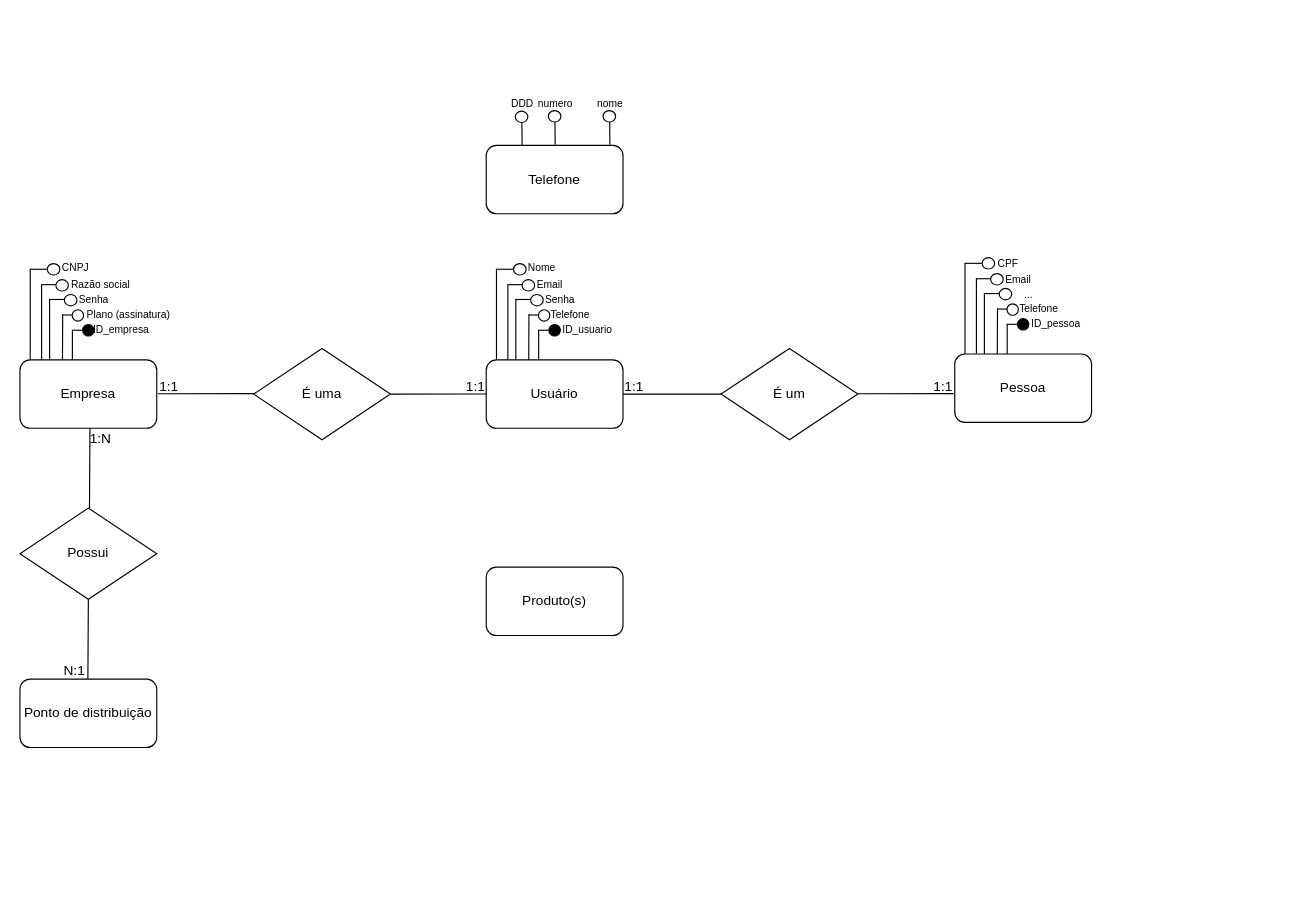
Earlier version of the draw.io diagram Diagrama sem nome.drawio (Scoorpioon/TheGamersDream). Source tidied: cells renumbered, new cells numbered last; positions are measured from the earlier drawing's top-left corner, leaving out a move shared by most shapes. Both pictures are drawn from the tidied source at 114%, with x=0, y=0 at pixel (19, 89).
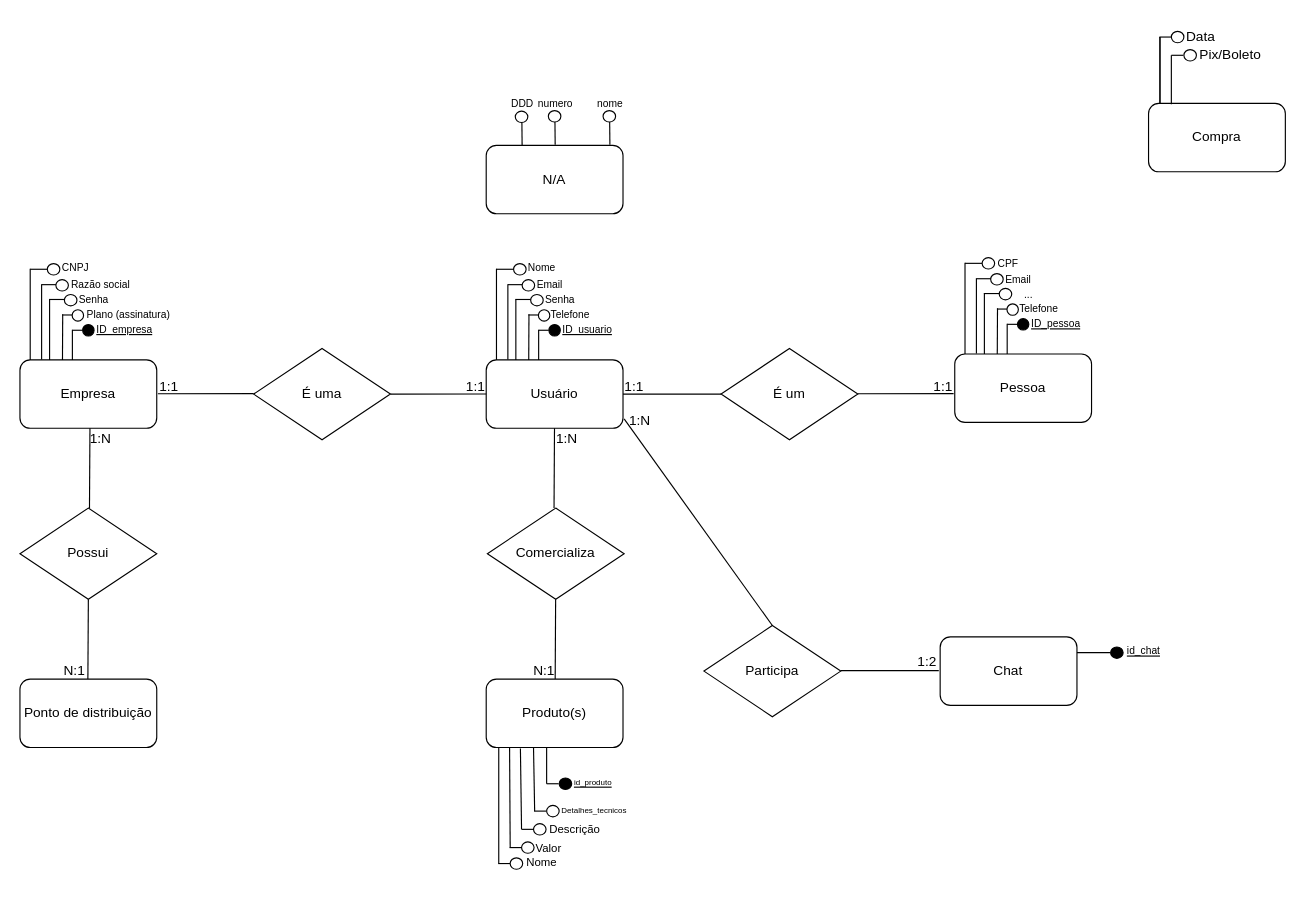
The same diagram, later.

Commit message:
Modelo DER conceitual ver 2

Change to the diagram source:
```diff
@@
-    <mxCell id="25" value="ID_usuario" style="text;html=1;align=center;verticalAlign=middle;whiteSpace=wrap;rounded=0;fontSize=9;" parent="1" vertex="1">
+    <mxCell id="25" value="ID_usuario" style="text;html=1;align=center;verticalAlign=middle;whiteSpace=wrap;rounded=0;fontSize=9;fontStyle=4;" parent="1" vertex="1">
       <mxGeometry x="485" y="203.2" width="26.1" height="15.3" as="geometry" />
     </mxCell>
@@
-    <mxCell id="54" value="ID_empresa" style="text;html=1;align=center;verticalAlign=middle;whiteSpace=wrap;rounded=0;fontSize=9;" parent="1" vertex="1">
-      <mxGeometry x="76" y="203.2" width="26.1" height="15.3" as="geometry" />
+    <mxCell id="54" value="ID_empresa" style="text;html=1;align=center;verticalAlign=middle;whiteSpace=wrap;rounded=0;fontSize=9;fontStyle=4;" parent="1" vertex="1">
+      <mxGeometry x="79" y="203.2" width="26.1" height="15.3" as="geometry" />
     </mxCell>
@@
-    <mxCell id="77" value="ID_pessoa" style="text;html=1;align=center;verticalAlign=middle;whiteSpace=wrap;rounded=0;fontSize=9;" parent="1" vertex="1">
+    <mxCell id="77" value="ID_pessoa" style="text;html=1;align=center;verticalAlign=middle;whiteSpace=wrap;rounded=0;fontSize=9;strokeColor=none;shadow=0;fontStyle=4;" parent="1" vertex="1">
       <mxGeometry x="896" y="198" width="26.1" height="15.3" as="geometry" />
     </mxCell>
@@
-    <mxCell id="88" value="Telefone" style="rounded=1;whiteSpace=wrap;html=1;fontSize=12;glass=0;strokeWidth=1;shadow=0;" parent="1" vertex="1">
+    <mxCell id="88" value="N/A" style="rounded=1;whiteSpace=wrap;html=1;fontSize=12;glass=0;strokeWidth=1;shadow=0;" parent="1" vertex="1">
       <mxGeometry x="409" y="49" width="120" height="60" as="geometry" />
     </mxCell>
@@
     <mxCell id="104" value="Produto(s)" style="rounded=1;whiteSpace=wrap;html=1;fontSize=12;glass=0;strokeWidth=1;shadow=0;" parent="1" vertex="1">
-      <mxGeometry x="409" y="419" width="120" height="60" as="geometry" />
+      <mxGeometry x="409" y="517.2" width="120" height="60" as="geometry" />
     </mxCell>
+    <mxCell id="105" style="endArrow=none;html=1;rounded=0;" parent="1" edge="1">
+      <mxGeometry relative="1" as="geometry">
+        <mxPoint x="468.9" y="297.2" as="sourcePoint" />
+        <mxPoint x="468.5" y="367.2" as="targetPoint" />
+      </mxGeometry>
+    </mxCell>
+    <mxCell id="106" value="Comercializa" style="rhombus;whiteSpace=wrap;html=1;" parent="1" vertex="1">
+      <mxGeometry x="410" y="367.2" width="120" height="80" as="geometry" />
+    </mxCell>
+    <mxCell id="107" style="endArrow=none;html=1;rounded=0;" parent="1" edge="1">
+      <mxGeometry relative="1" as="geometry">
+        <mxPoint x="469.9" y="447.2" as="sourcePoint" />
+        <mxPoint x="469.5" y="517.2" as="targetPoint" />
+      </mxGeometry>
+    </mxCell>
+    <mxCell id="108" value="1:N" style="text;html=1;align=center;verticalAlign=middle;whiteSpace=wrap;rounded=0;" parent="1" vertex="1">
+      <mxGeometry x="470" y="292" width="20" height="30" as="geometry" />
+    </mxCell>
+    <mxCell id="109" value="N:1" style="text;html=1;align=center;verticalAlign=middle;whiteSpace=wrap;rounded=0;" parent="1" vertex="1">
+      <mxGeometry x="450" y="495.2" width="20" height="30" as="geometry" />
+    </mxCell>
+    <mxCell id="110" value="Compra" style="rounded=1;whiteSpace=wrap;html=1;fontSize=12;glass=0;strokeWidth=1;shadow=0;" parent="1" vertex="1">
+      <mxGeometry x="990" y="12.2" width="120" height="60" as="geometry" />
+    </mxCell>
+    <mxCell id="111" style="endArrow=none;html=1;rounded=0;" parent="1" edge="1">
+      <mxGeometry relative="1" as="geometry">
+        <mxPoint x="1000" y="12.2" as="sourcePoint" />
+        <mxPoint x="1000" y="-46" as="targetPoint" />
+      </mxGeometry>
+    </mxCell>
+    <mxCell id="112" style="ellipse;whiteSpace=wrap;html=1;strokeWidth=1;fillStyle=auto;" parent="1" vertex="1">
+      <mxGeometry x="1010" y="-51" width="11" height="10" as="geometry" />
+    </mxCell>
+    <mxCell id="113" value="Data" style="text;html=1;align=center;verticalAlign=middle;whiteSpace=wrap;rounded=0;" parent="1" vertex="1">
+      <mxGeometry x="1006" y="-61" width="60" height="30" as="geometry" />
+    </mxCell>
+    <mxCell id="114" style="endArrow=none;html=1;rounded=0;" parent="1" edge="1">
+      <mxGeometry relative="1" as="geometry">
+        <mxPoint x="1010" y="13" as="sourcePoint" />
+        <mxPoint x="1010" y="-30" as="targetPoint" />
+      </mxGeometry>
+    </mxCell>
+    <mxCell id="115" style="ellipse;whiteSpace=wrap;html=1;strokeWidth=1;fillStyle=auto;" parent="1" vertex="1">
+      <mxGeometry x="1021" y="-35" width="11" height="10" as="geometry" />
+    </mxCell>
+    <mxCell id="116" value="Pix/Boleto" style="text;html=1;align=center;verticalAlign=middle;whiteSpace=wrap;rounded=0;" parent="1" vertex="1">
+      <mxGeometry x="1032" y="-45" width="60" height="30" as="geometry" />
+    </mxCell>
+    <mxCell id="117" style="endArrow=none;html=1;rounded=0;" parent="1" edge="1">
+      <mxGeometry relative="1" as="geometry">
+        <mxPoint x="1000" y="12.2" as="sourcePoint" />
+        <mxPoint x="1000" y="-46" as="targetPoint" />
+      </mxGeometry>
+    </mxCell>
+    <mxCell id="118" style="endArrow=none;html=1;rounded=0;" parent="1" edge="1">
+      <mxGeometry relative="1" as="geometry">
+        <mxPoint x="999.5" y="-46" as="sourcePoint" />
+        <mxPoint x="1010" y="-46" as="targetPoint" />
+      </mxGeometry>
+    </mxCell>
+    <mxCell id="119" style="endArrow=none;html=1;rounded=0;" parent="1" edge="1">
+      <mxGeometry relative="1" as="geometry">
+        <mxPoint x="1010" y="-30" as="sourcePoint" />
+        <mxPoint x="1020.5" y="-30" as="targetPoint" />
+      </mxGeometry>
+    </mxCell>
+    <mxCell id="120" style="group;" parent="1" vertex="1">
+      <mxGeometry x="419.5" y="577.2" width="69" height="116.8" as="geometry" />
+    </mxCell>
+    <mxCell id="121" style="endArrow=none;html=1;rounded=0;" parent="120" edge="1">
+      <mxGeometry relative="1" as="geometry">
+        <mxPoint x="0.5" y="101.8" as="sourcePoint" />
+        <mxPoint x="0.5" as="targetPoint" />
+      </mxGeometry>
+    </mxCell>
+    <mxCell id="122" style="endArrow=none;html=1;rounded=0;" parent="120" edge="1">
+      <mxGeometry relative="1" as="geometry">
+        <mxPoint y="101.8" as="sourcePoint" />
+        <mxPoint x="10.5" y="101.8" as="targetPoint" />
+      </mxGeometry>
+    </mxCell>
+    <mxCell id="123" style="ellipse;whiteSpace=wrap;html=1;strokeWidth=1;fillStyle=auto;" parent="120" vertex="1">
+      <mxGeometry x="10.5" y="96.8" width="11" height="10" as="geometry" />
+    </mxCell>
+    <mxCell id="124" value="Nome" style="text;html=1;align=center;verticalAlign=middle;whiteSpace=wrap;rounded=0;fontSize=10;" parent="120" vertex="1">
+      <mxGeometry x="8.5" y="85.8" width="60" height="30" as="geometry" />
+    </mxCell>
+    <mxCell id="125" style="ellipse;whiteSpace=wrap;html=1;strokeWidth=1;fillStyle=auto;" parent="120" vertex="1">
+      <mxGeometry x="20.5" y="82.8" width="11" height="10" as="geometry" />
+    </mxCell>
+    <mxCell id="126" style="endArrow=none;html=1;rounded=0;" parent="120" edge="1">
+      <mxGeometry relative="1" as="geometry">
+        <mxPoint x="10" y="87.8" as="sourcePoint" />
+        <mxPoint x="20.5" y="87.8" as="targetPoint" />
+      </mxGeometry>
+    </mxCell>
+    <mxCell id="127" value="Valor" style="text;html=1;align=center;verticalAlign=middle;whiteSpace=wrap;rounded=0;fontSize=10;" parent="120" vertex="1">
+      <mxGeometry x="20.5" y="72.8" width="47.5" height="30" as="geometry" />
+    </mxCell>
+    <mxCell id="128" style="ellipse;whiteSpace=wrap;html=1;strokeWidth=1;fillStyle=auto;" parent="120" vertex="1">
+      <mxGeometry x="31" y="66.8" width="11" height="10" as="geometry" />
+    </mxCell>
+    <mxCell id="129" style="endArrow=none;html=1;rounded=0;" parent="120" edge="1">
+      <mxGeometry relative="1" as="geometry">
+        <mxPoint x="32" y="56" as="sourcePoint" />
+        <mxPoint x="31" as="targetPoint" />
+      </mxGeometry>
+    </mxCell>
+    <mxCell id="130" style="endArrow=none;html=1;rounded=0;" parent="120" edge="1">
+      <mxGeometry relative="1" as="geometry">
+        <mxPoint x="31.5" y="55.8" as="sourcePoint" />
+        <mxPoint x="42" y="55.8" as="targetPoint" />
+      </mxGeometry>
+    </mxCell>
+    <mxCell id="131" style="endArrow=none;html=1;rounded=0;exitX=0.034;exitY=0.073;exitDx=0;exitDy=0;exitPerimeter=0;" parent="1" edge="1" source="124">
+      <mxGeometry relative="1" as="geometry">
+        <mxPoint x="429.5" y="577" as="targetPoint" />
+      </mxGeometry>
+    </mxCell>
+    <mxCell id="132" style="endArrow=none;html=1;rounded=0;" parent="1" edge="1">
+      <mxGeometry relative="1" as="geometry">
+        <mxPoint x="440" y="649" as="sourcePoint" />
+        <mxPoint x="439" y="578" as="targetPoint" />
+      </mxGeometry>
+    </mxCell>
+    <mxCell id="133" style="endArrow=none;html=1;rounded=0;" parent="1" edge="1">
+      <mxGeometry relative="1" as="geometry">
+        <mxPoint x="440" y="649" as="sourcePoint" />
+        <mxPoint x="450.5" y="649" as="targetPoint" />
+      </mxGeometry>
+    </mxCell>
+    <mxCell id="134" value="Descrição" style="text;html=1;align=center;verticalAlign=middle;whiteSpace=wrap;rounded=0;fontSize=10;" parent="1" vertex="1">
+      <mxGeometry x="457" y="634" width="60" height="30" as="geometry" />
+    </mxCell>
+    <mxCell id="135" value="Detalhes_tecnicos" style="text;html=1;align=center;verticalAlign=middle;whiteSpace=wrap;rounded=0;fontSize=7;" parent="1" vertex="1">
+      <mxGeometry x="474" y="623.5" width="60" height="19" as="geometry" />
+    </mxCell>
+    <mxCell id="136" style="ellipse;whiteSpace=wrap;html=1;strokeWidth=1;fillStyle=auto;" parent="1" vertex="1">
+      <mxGeometry x="462" y="628" width="11" height="10" as="geometry" />
+    </mxCell>
+    <mxCell id="137" value="id_produto" style="text;html=1;align=center;verticalAlign=middle;whiteSpace=wrap;rounded=0;fontSize=7;fontStyle=4;" parent="1" vertex="1">
+      <mxGeometry x="473" y="599.5" width="60" height="19" as="geometry" />
+    </mxCell>
+    <mxCell id="138" style="endArrow=none;html=1;rounded=0;" parent="1" edge="1">
+      <mxGeometry relative="1" as="geometry">
+        <mxPoint x="462" y="609" as="sourcePoint" />
+        <mxPoint x="462" y="577" as="targetPoint" />
+      </mxGeometry>
+    </mxCell>
+    <mxCell id="139" style="endArrow=none;html=1;rounded=0;" parent="1" edge="1">
+      <mxGeometry relative="1" as="geometry">
+        <mxPoint x="462" y="609" as="sourcePoint" />
+        <mxPoint x="472.5" y="609" as="targetPoint" />
+      </mxGeometry>
+    </mxCell>
+    <mxCell id="140" style="ellipse;whiteSpace=wrap;html=1;strokeWidth=1;fillStyle=auto;fillColor=#000000;" parent="1" vertex="1">
+      <mxGeometry x="473" y="604" width="11" height="10" as="geometry" />
+    </mxCell>
+    <mxCell id="141" value="Chat" style="rounded=1;whiteSpace=wrap;html=1;fontSize=12;glass=0;strokeWidth=1;shadow=0;" parent="1" vertex="1">
+      <mxGeometry x="807.2" y="480.2" width="120" height="60" as="geometry" />
+    </mxCell>
+    <mxCell id="142" style="endArrow=none;html=1;rounded=0;" parent="1" edge="1">
+      <mxGeometry relative="1" as="geometry">
+        <mxPoint x="927.2" y="494" as="sourcePoint" />
+        <mxPoint x="956.2" y="494" as="targetPoint" />
+      </mxGeometry>
+    </mxCell>
+    <mxCell id="143" style="ellipse;whiteSpace=wrap;html=1;strokeWidth=1;fillStyle=auto;fillColor=#000000;" parent="1" vertex="1">
+      <mxGeometry x="956.7" y="489" width="11" height="10" as="geometry" />
+    </mxCell>
+    <mxCell id="144" style="group;fontStyle=4;" parent="1" vertex="1">
+      <mxGeometry x="946" y="480.8" width="60" height="28.5" as="geometry" />
+    </mxCell>
+    <mxCell id="145" value="&lt;u&gt;id_chat&lt;/u&gt;" style="text;html=1;align=center;verticalAlign=middle;whiteSpace=wrap;rounded=0;fontSize=9;" parent="144" vertex="1">
+      <mxGeometry x="20" width="40" height="25" as="geometry" />
+    </mxCell>
+    <mxCell id="146" style="endArrow=none;html=1;rounded=0;entryX=0.5;entryY=0;entryDx=0;entryDy=0;" parent="1" edge="1" target="147">
+      <mxGeometry relative="1" as="geometry">
+        <mxPoint x="530" y="289" as="sourcePoint" />
+      </mxGeometry>
+    </mxCell>
+    <mxCell id="147" value="Participa" style="rhombus;whiteSpace=wrap;html=1;" parent="1" vertex="1">
+      <mxGeometry x="600" y="470.2" width="120" height="80" as="geometry" />
+    </mxCell>
+    <mxCell id="148" style="endArrow=none;html=1;rounded=0;" parent="1" edge="1">
+      <mxGeometry relative="1" as="geometry">
+        <mxPoint x="720" y="509.8" as="sourcePoint" />
+        <mxPoint x="806" y="509.8" as="targetPoint" />
+      </mxGeometry>
+    </mxCell>
+    <mxCell id="149" value="1:2" style="text;html=1;align=center;verticalAlign=middle;whiteSpace=wrap;rounded=0;" parent="1" vertex="1">
+      <mxGeometry x="786.2" y="487.2" width="20" height="30" as="geometry" />
+    </mxCell>
+    <mxCell id="150" value="1:N" style="text;html=1;align=center;verticalAlign=middle;whiteSpace=wrap;rounded=0;" parent="1" vertex="1">
+      <mxGeometry x="534" y="276" width="20" height="30" as="geometry" />
+    </mxCell>
```
